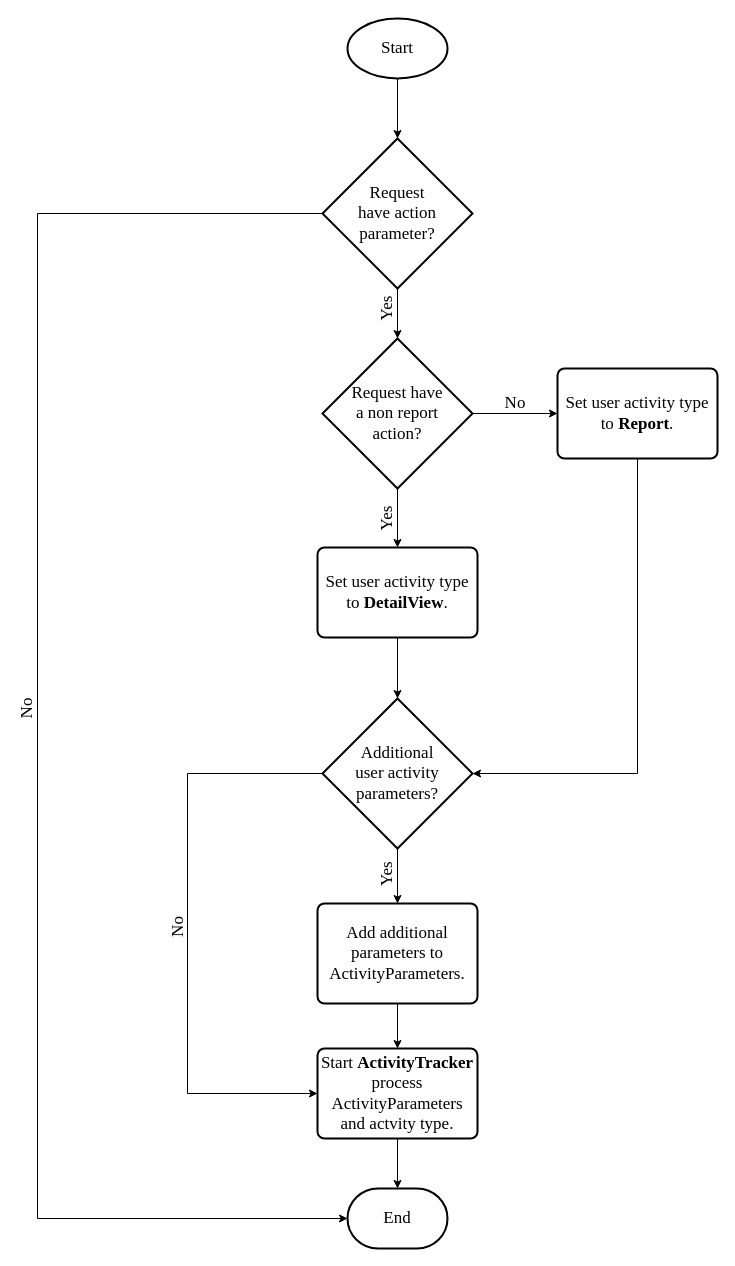
Before: img/Chapter2/DetailView_Flow/DetailView_Flow.drawio in CorrieScheepers/Masters, a draw.io diagram. Source tidied: cells renumbered, new cells numbered last; positions are measured from the earlier drawing's top-left corner, leaving out a move shared by most shapes. Both pictures are drawn from the tidied source at 100%, with x=0, y=0 at pixel (7, 18).
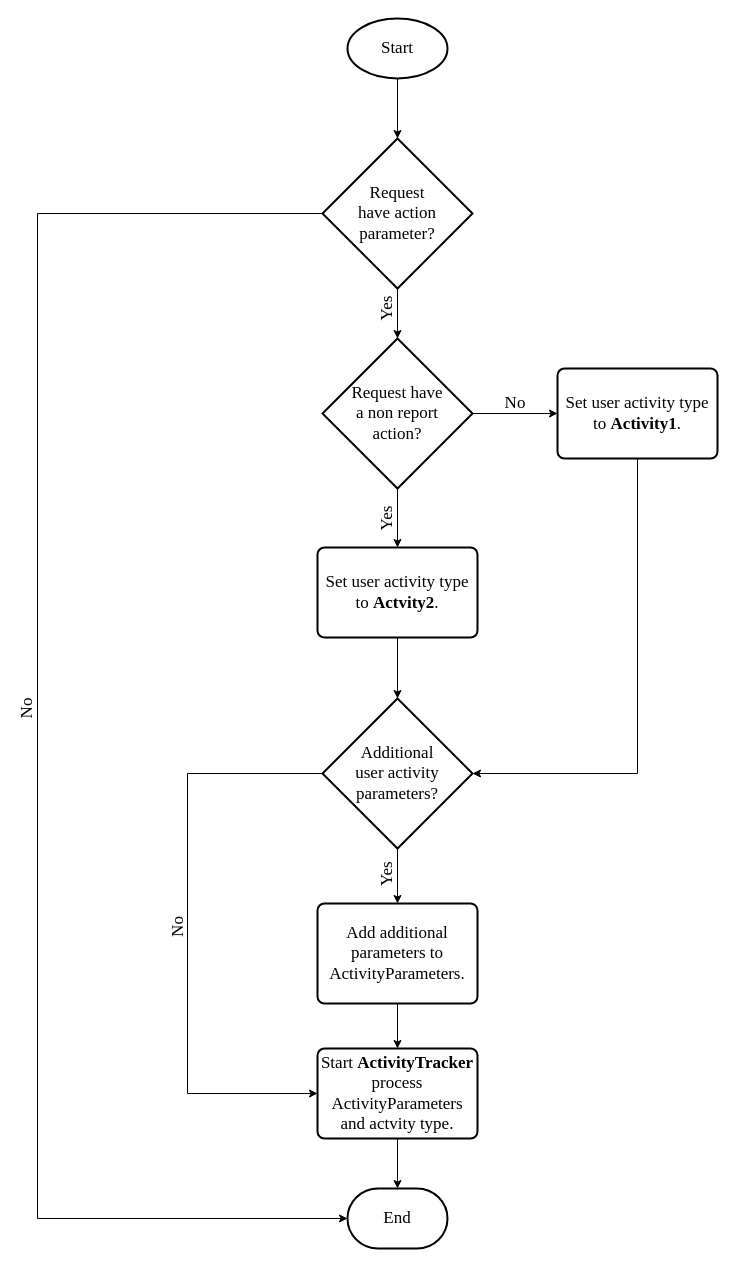
Above is the later version.

What changed in the source:
```diff
@@
-    <mxCell id="17" value="Set user activity type to &lt;b style=&quot;font-size: 17px&quot;&gt;DetailView&lt;/b&gt;." style="rounded=1;whiteSpace=wrap;html=1;absoluteArcSize=1;arcSize=14;strokeWidth=2;fontFamily=Times New Roman;fillColor=none;fontSize=17;" parent="1" vertex="1">
+    <mxCell id="17" value="Set user activity type to &lt;b style=&quot;font-size: 17px&quot;&gt;Actvity2&lt;/b&gt;." style="rounded=1;whiteSpace=wrap;html=1;absoluteArcSize=1;arcSize=14;strokeWidth=2;fontFamily=Times New Roman;fillColor=none;fontSize=17;" parent="1" vertex="1">
       <mxGeometry x="310" y="529" width="160" height="90" as="geometry" />
     </mxCell>
@@
-    <mxCell id="22" value="Set user activity type to &lt;b style=&quot;font-size: 17px&quot;&gt;Report&lt;/b&gt;." style="rounded=1;whiteSpace=wrap;html=1;absoluteArcSize=1;arcSize=14;strokeWidth=2;fontFamily=Times New Roman;fillColor=none;fontSize=17;" parent="1" vertex="1">
+    <mxCell id="22" value="Set user activity type to &lt;b style=&quot;font-size: 17px&quot;&gt;Activity1&lt;/b&gt;." style="rounded=1;whiteSpace=wrap;html=1;absoluteArcSize=1;arcSize=14;strokeWidth=2;fontFamily=Times New Roman;fillColor=none;fontSize=17;" parent="1" vertex="1">
       <mxGeometry x="550" y="350" width="160" height="90" as="geometry" />
     </mxCell>
```
